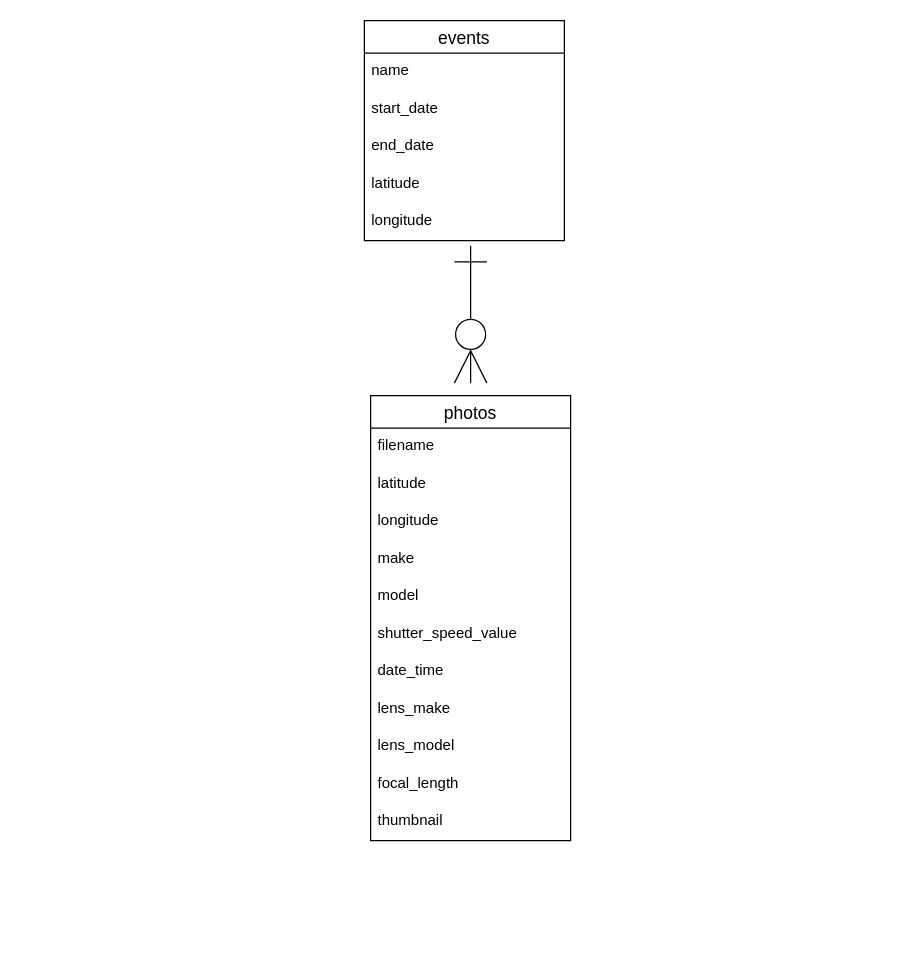
This is db/er.dio from roundshape/life_album, a draw.io file, before an edit. Source tidied: cells renumbered, new cells numbered last; positions are measured from the earlier drawing's top-left corner, leaving out a move shared by most shapes. Both pictures are drawn from the tidied source at 125%, with x=0, y=0 at pixel (364, 20).
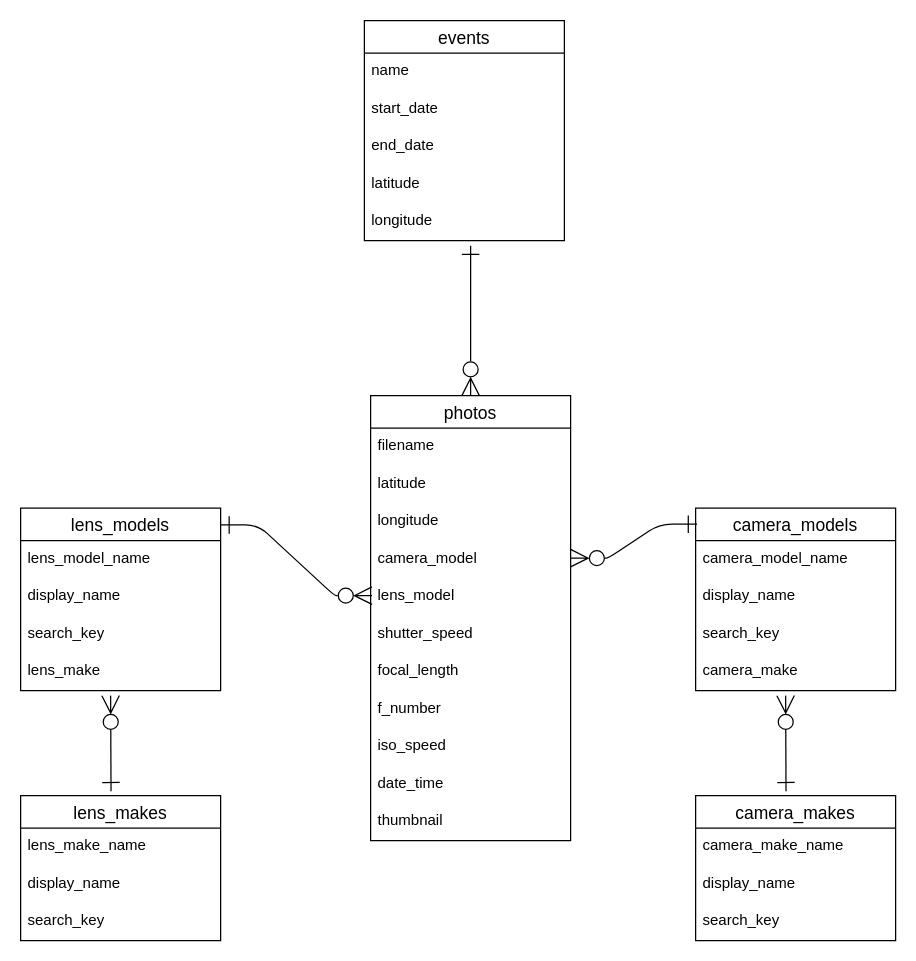
The same page after the edit.

The change refers to these unchanged cells:
```xml
<mxCell id="2" value="photos" style="swimlane;fontStyle=0;horizontal=1;startSize=26;align=center;fontSize=14;fillStyle=solid;" parent="1" vertex="1">
  <mxGeometry x="5" y="300" width="160" height="356" as="geometry" />
</mxCell>
```

What changed in the source:
```diff
@@
-    <mxCell id="6" value="make" style="text;strokeColor=none;fillColor=none;spacingLeft=4;spacingRight=4;overflow=hidden;fontSize=12;fillStyle=solid;" parent="2" vertex="1">
-      <mxGeometry y="116" width="160" height="30" as="geometry" />
-    </mxCell>
-    <mxCell id="7" value="model" style="text;strokeColor=none;fillColor=none;spacingLeft=4;spacingRight=4;overflow=hidden;fontSize=12;fillStyle=solid;" parent="2" vertex="1">
-      <mxGeometry y="146" width="160" height="30" as="geometry" />
+    <mxCell id="7" value="camera_model" style="text;strokeColor=none;fillColor=none;spacingLeft=4;spacingRight=4;overflow=hidden;fontSize=12;fillStyle=solid;" parent="2" vertex="1">
+      <mxGeometry y="116" width="160" height="30" as="geometry" />
     </mxCell>
+    <mxCell id="11" value="lens_model" style="text;strokeColor=none;fillColor=none;spacingLeft=4;spacingRight=4;overflow=hidden;fontSize=12;fillStyle=solid;" parent="2" vertex="1">
+      <mxGeometry y="146" width="160" height="30" as="geometry" />
+    </mxCell>
-    <mxCell id="8" value="shutter_speed_value" style="text;strokeColor=none;fillColor=none;spacingLeft=4;spacingRight=4;overflow=hidden;fontSize=12;fillStyle=solid;" parent="2" vertex="1">
+    <mxCell id="8" value="shutter_speed" style="text;strokeColor=none;fillColor=none;spacingLeft=4;spacingRight=4;overflow=hidden;fontSize=12;fillStyle=solid;" parent="2" vertex="1">
       <mxGeometry y="176" width="160" height="30" as="geometry" />
     </mxCell>
+    <mxCell id="21" value="focal_length" style="text;strokeColor=none;fillColor=none;spacingLeft=4;spacingRight=4;overflow=hidden;fontSize=12;fillStyle=solid;" parent="2" vertex="1">
+      <mxGeometry y="206" width="160" height="30" as="geometry" />
+    </mxCell>
+    <mxCell id="12" value="f_number" style="text;strokeColor=none;fillColor=none;spacingLeft=4;spacingRight=4;overflow=hidden;fontSize=12;fillStyle=solid;" parent="2" vertex="1">
+      <mxGeometry y="236" width="160" height="30" as="geometry" />
+    </mxCell>
+    <mxCell id="22" value="iso_speed" style="text;strokeColor=none;fillColor=none;spacingLeft=4;spacingRight=4;overflow=hidden;fontSize=12;fillStyle=solid;" parent="2" vertex="1">
+      <mxGeometry y="266" width="160" height="30" as="geometry" />
+    </mxCell>
     <mxCell id="9" value="date_time" style="text;strokeColor=none;fillColor=none;spacingLeft=4;spacingRight=4;overflow=hidden;fontSize=12;fillStyle=solid;" parent="2" vertex="1">
-      <mxGeometry y="206" width="160" height="30" as="geometry" />
+      <mxGeometry y="296" width="160" height="30" as="geometry" />
     </mxCell>
-    <mxCell id="10" value="lens_make" style="text;strokeColor=none;fillColor=none;spacingLeft=4;spacingRight=4;overflow=hidden;fontSize=12;fillStyle=solid;" parent="2" vertex="1">
-      <mxGeometry y="236" width="160" height="30" as="geometry" />
-    </mxCell>
-    <mxCell id="11" value="lens_model" style="text;strokeColor=none;fillColor=none;spacingLeft=4;spacingRight=4;overflow=hidden;fontSize=12;fillStyle=solid;" parent="2" vertex="1">
-      <mxGeometry y="266" width="160" height="30" as="geometry" />
-    </mxCell>
-    <mxCell id="12" value="focal_length" style="text;strokeColor=none;fillColor=none;spacingLeft=4;spacingRight=4;overflow=hidden;fontSize=12;fillStyle=solid;" parent="2" vertex="1">
-      <mxGeometry y="296" width="160" height="30" as="geometry" />
-    </mxCell>
@@
-    <mxCell id="20" style="edgeStyle=segmentEdgeStyle;endArrow=ERzeroToMany;html=1;curved=0;rounded=0;endSize=24;startSize=24;endFill=0;startArrow=ERone;startFill=0;" parent="1" edge="1">
+    <mxCell id="20" style="edgeStyle=segmentEdgeStyle;endArrow=ERzeroToMany;html=1;curved=0;rounded=0;endSize=12;startSize=12;endFill=0;startArrow=ERone;startFill=0;entryX=0.5;entryY=0;entryDx=0;entryDy=0;" parent="1" edge="1" target="2">
       <mxGeometry relative="1" as="geometry">
         <mxPoint x="85" y="180" as="sourcePoint" />
-        <mxPoint x="85" y="290" as="targetPoint" />
       </mxGeometry>
     </mxCell>
+    <mxCell id="23" value="camera_models" style="swimlane;fontStyle=0;horizontal=1;startSize=26;align=center;fontSize=14;" parent="1" vertex="1">
+      <mxGeometry x="265" y="390" width="160" height="146" as="geometry" />
+    </mxCell>
+    <mxCell id="24" value="camera_model_name" style="text;strokeColor=none;fillColor=none;spacingLeft=4;spacingRight=4;overflow=hidden;fontSize=12;" parent="23" vertex="1">
+      <mxGeometry y="26" width="160" height="30" as="geometry" />
+    </mxCell>
+    <mxCell id="25" value="display_name" style="text;strokeColor=none;fillColor=none;spacingLeft=4;spacingRight=4;overflow=hidden;fontSize=12;" parent="23" vertex="1">
+      <mxGeometry y="56" width="160" height="30" as="geometry" />
+    </mxCell>
+    <mxCell id="26" value="search_key" style="text;strokeColor=none;fillColor=none;spacingLeft=4;spacingRight=4;overflow=hidden;fontSize=12;" parent="23" vertex="1">
+      <mxGeometry y="86" width="160" height="30" as="geometry" />
+    </mxCell>
+    <mxCell id="27" value="camera_make" style="text;strokeColor=none;fillColor=none;spacingLeft=4;spacingRight=4;overflow=hidden;fontSize=12;" parent="23" vertex="1">
+      <mxGeometry y="116" width="160" height="30" as="geometry" />
+    </mxCell>
+    <mxCell id="28" style="edgeStyle=entityRelationEdgeStyle;fontSize=12;html=1;endArrow=ERone;endFill=0;entryX=0.007;entryY=0.088;entryDx=0;entryDy=0;entryPerimeter=0;startArrow=ERzeroToMany;startFill=0;endSize=12;startSize=12;" parent="1" edge="1" target="23">
+      <mxGeometry relative="1" as="geometry">
+        <mxPoint x="165" y="430" as="sourcePoint" />
+      </mxGeometry>
+    </mxCell>
+    <mxCell id="29" value="camera_makes" style="swimlane;fontStyle=0;horizontal=1;startSize=26;align=center;fontSize=14;" parent="1" vertex="1">
+      <mxGeometry x="265" y="620" width="160" height="116" as="geometry" />
+    </mxCell>
+    <mxCell id="30" value="camera_make_name" style="text;strokeColor=none;fillColor=none;spacingLeft=4;spacingRight=4;overflow=hidden;fontSize=12;" parent="29" vertex="1">
+      <mxGeometry y="26" width="160" height="30" as="geometry" />
+    </mxCell>
+    <mxCell id="31" value="display_name" style="text;strokeColor=none;fillColor=none;spacingLeft=4;spacingRight=4;overflow=hidden;fontSize=12;" parent="29" vertex="1">
+      <mxGeometry y="56" width="160" height="30" as="geometry" />
+    </mxCell>
+    <mxCell id="32" value="search_key" style="text;strokeColor=none;fillColor=none;spacingLeft=4;spacingRight=4;overflow=hidden;fontSize=12;" parent="29" vertex="1">
+      <mxGeometry y="86" width="160" height="30" as="geometry" />
+    </mxCell>
+    <mxCell id="33" style="endArrow=ERone;html=1;rounded=0;startArrow=ERzeroToMany;startFill=0;endFill=0;entryX=0.452;entryY=-0.03;entryDx=0;entryDy=0;entryPerimeter=0;endSize=12;startSize=12;" parent="1" edge="1" target="29">
+      <mxGeometry relative="1" as="geometry">
+        <mxPoint x="337" y="540" as="sourcePoint" />
+      </mxGeometry>
+    </mxCell>
+    <mxCell id="34" value="lens_models" style="swimlane;fontStyle=0;horizontal=1;startSize=26;align=center;fontSize=14;" parent="1" vertex="1">
+      <mxGeometry x="-275" y="390" width="160" height="146" as="geometry" />
+    </mxCell>
+    <mxCell id="35" value="lens_model_name" style="text;strokeColor=none;fillColor=none;spacingLeft=4;spacingRight=4;overflow=hidden;fontSize=12;" parent="34" vertex="1">
+      <mxGeometry y="26" width="160" height="30" as="geometry" />
+    </mxCell>
+    <mxCell id="36" value="display_name" style="text;strokeColor=none;fillColor=none;spacingLeft=4;spacingRight=4;overflow=hidden;fontSize=12;" parent="34" vertex="1">
+      <mxGeometry y="56" width="160" height="30" as="geometry" />
+    </mxCell>
+    <mxCell id="37" value="search_key" style="text;strokeColor=none;fillColor=none;spacingLeft=4;spacingRight=4;overflow=hidden;fontSize=12;" parent="34" vertex="1">
+      <mxGeometry y="86" width="160" height="30" as="geometry" />
+    </mxCell>
+    <mxCell id="10" value="lens_make" style="text;strokeColor=none;fillColor=none;spacingLeft=4;spacingRight=4;overflow=hidden;fontSize=12;" parent="34" vertex="1">
+      <mxGeometry y="116" width="160" height="30" as="geometry" />
+    </mxCell>
+    <mxCell id="38" value="lens_makes" style="swimlane;fontStyle=0;horizontal=1;startSize=26;align=center;fontSize=14;" parent="1" vertex="1">
+      <mxGeometry x="-275" y="620" width="160" height="116" as="geometry" />
+    </mxCell>
+    <mxCell id="39" value="lens_make_name" style="text;strokeColor=none;fillColor=none;spacingLeft=4;spacingRight=4;overflow=hidden;fontSize=12;" parent="38" vertex="1">
+      <mxGeometry y="26" width="160" height="30" as="geometry" />
+    </mxCell>
+    <mxCell id="40" value="display_name" style="text;strokeColor=none;fillColor=none;spacingLeft=4;spacingRight=4;overflow=hidden;fontSize=12;" parent="38" vertex="1">
+      <mxGeometry y="56" width="160" height="30" as="geometry" />
+    </mxCell>
+    <mxCell id="41" value="search_key" style="text;strokeColor=none;fillColor=none;spacingLeft=4;spacingRight=4;overflow=hidden;fontSize=12;" parent="38" vertex="1">
+      <mxGeometry y="86" width="160" height="30" as="geometry" />
+    </mxCell>
+    <mxCell id="42" style="endArrow=ERone;html=1;rounded=0;startArrow=ERzeroToMany;startFill=0;endFill=0;entryX=0.452;entryY=-0.03;entryDx=0;entryDy=0;entryPerimeter=0;endSize=12;startSize=12;" parent="1" edge="1" target="38">
+      <mxGeometry relative="1" as="geometry">
+        <mxPoint x="-203" y="540" as="sourcePoint" />
+      </mxGeometry>
+    </mxCell>
+    <mxCell id="43" style="edgeStyle=entityRelationEdgeStyle;fontSize=12;html=1;endArrow=ERzeroToMany;endFill=0;entryX=0.007;entryY=0.088;entryDx=0;entryDy=0;entryPerimeter=0;startArrow=ERone;startFill=0;endSize=12;startSize=12;exitX=0.999;exitY=0.092;exitDx=0;exitDy=0;exitPerimeter=0;" parent="1" edge="1" source="34">
+      <mxGeometry relative="1" as="geometry">
+        <mxPoint x="6.1" y="460" as="targetPoint" />
+      </mxGeometry>
+    </mxCell>
```
